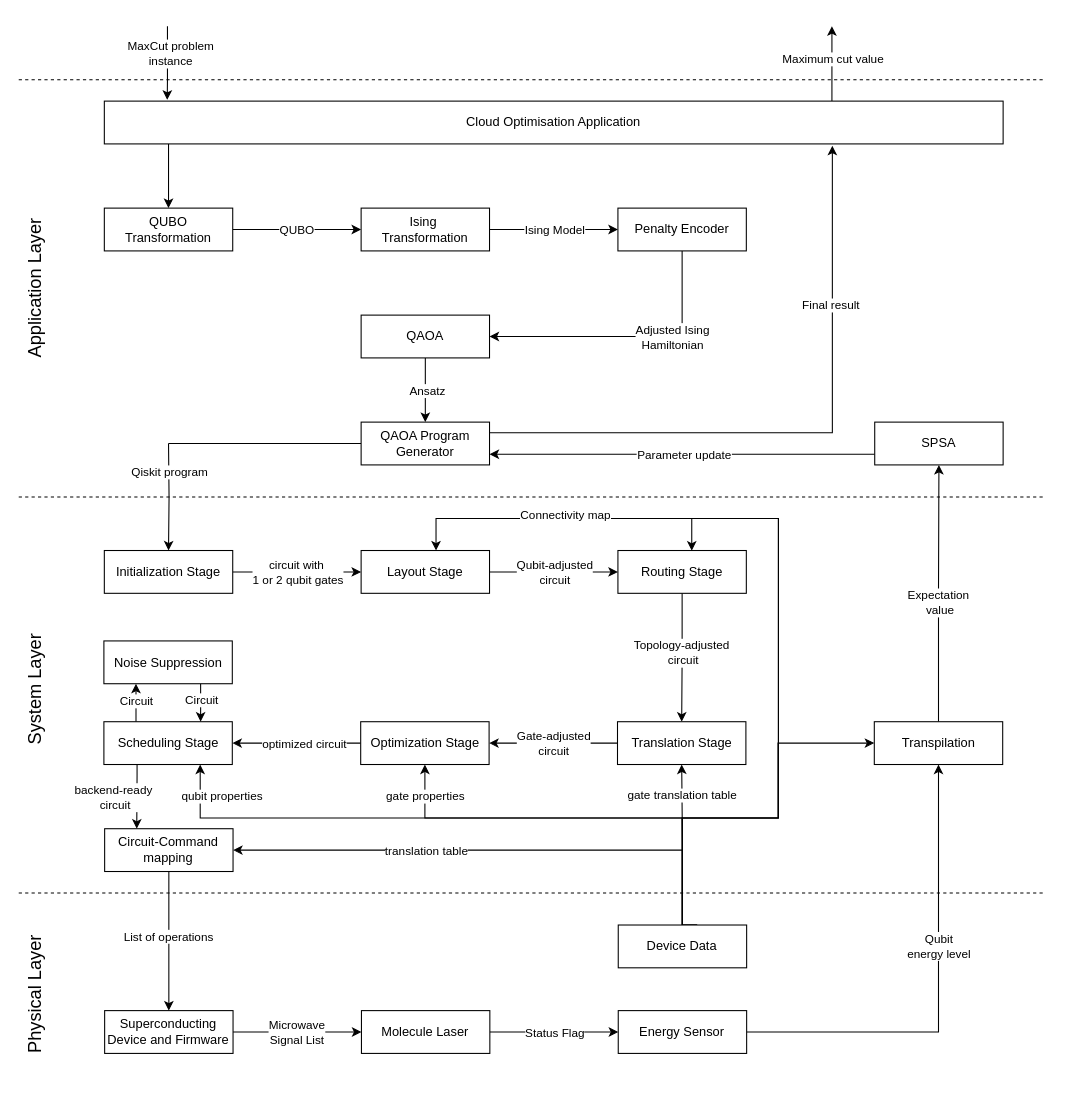
Above: page "scenario2" (2 of 4) of docs/scenario-based-analysis/images/scenarios.drawio in FullStaQD/architecture (draw.io), before the change. Source tidied: cells renumbered, new cells numbered last; positions are measured from the earlier drawing's top-left corner, leaving out a move shared by most shapes. Both pictures are drawn from the tidied source at 107%, with x=0, y=0 at pixel (-57, 26).
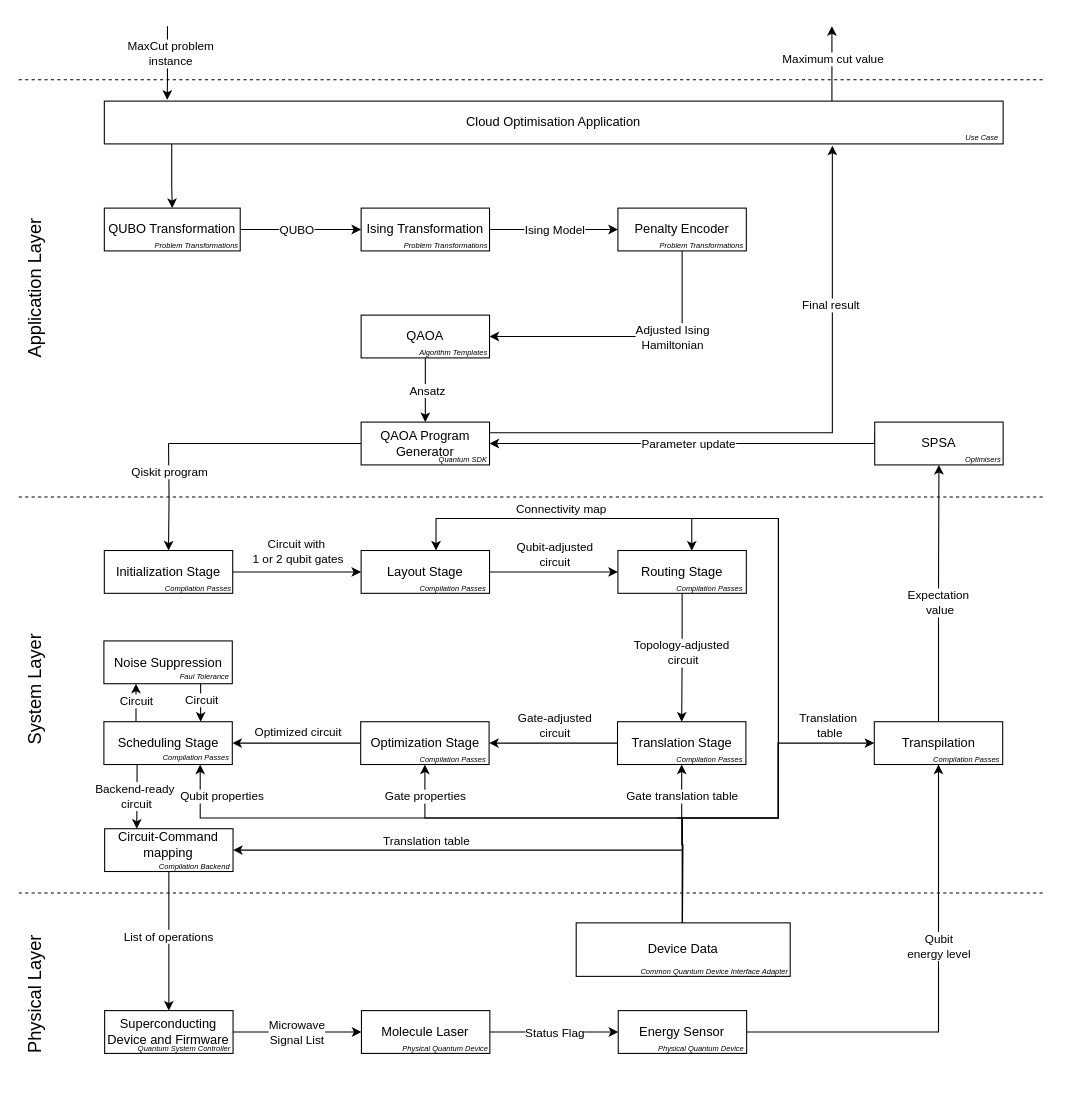
After the change.

The change refers to these unchanged cells:
```xml
<mxCell id="8" value="Cloud Optimisation Application" style="rounded=0;whiteSpace=wrap;html=1;" parent="1" vertex="1">
  <mxGeometry x="150" y="70" width="840" height="40" as="geometry" />
</mxCell>
<mxCell id="24" value="Routing Stage" style="rounded=0;whiteSpace=wrap;html=1;" parent="1" vertex="1">
  <mxGeometry x="630" y="490" width="120" height="40" as="geometry" />
</mxCell>
<mxCell id="25" style="edgeStyle=orthogonalEdgeStyle;rounded=0;jettySize=auto;html=1;entryX=0;entryY=0.5;entryDx=0;entryDy=0;" parent="1" edge="1" source="27" target="24">
  <mxGeometry relative="1" as="geometry" />
</mxCell>
<mxCell id="28" style="edgeStyle=orthogonalEdgeStyle;rounded=0;jettySize=auto;html=1;entryX=0;entryY=0.5;entryDx=0;entryDy=0;" parent="1" edge="1" source="30" target="27">
  <mxGeometry relative="1" as="geometry" />
</mxCell>
<mxCell id="31" style="edgeStyle=orthogonalEdgeStyle;rounded=0;jettySize=auto;html=1;entryX=1;entryY=0.5;entryDx=0;entryDy=0;" parent="1" edge="1" source="33" target="36">
  <mxGeometry relative="1" as="geometry" />
</mxCell>
<mxCell id="33" value="Translation Stage" style="rounded=0;whiteSpace=wrap;html=1;" parent="1" vertex="1">
  <mxGeometry x="629.6" y="650" width="120" height="40" as="geometry" />
</mxCell>
<mxCell id="34" style="edgeStyle=orthogonalEdgeStyle;rounded=0;jettySize=auto;html=1;entryX=1;entryY=0.5;entryDx=0;entryDy=0;" parent="1" edge="1" source="36" target="41">
  <mxGeometry relative="1" as="geometry" />
</mxCell>
<mxCell id="36" value="Optimization Stage" style="rounded=0;whiteSpace=wrap;html=1;" parent="1" vertex="1">
  <mxGeometry x="389.6" y="650" width="120" height="40" as="geometry" />
</mxCell>
<mxCell id="37" style="edgeStyle=orthogonalEdgeStyle;rounded=0;jettySize=auto;html=1;entryX=0.25;entryY=0;entryDx=0;entryDy=0;" parent="1" edge="1" source="41" target="81">
  <mxGeometry relative="1" as="geometry">
    <Array as="points">
      <mxPoint x="180.6" y="700" />
      <mxPoint x="180.6" y="700" />
    </Array>
  </mxGeometry>
</mxCell>
<mxCell id="41" value="Scheduling Stage" style="rounded=0;whiteSpace=wrap;html=1;" parent="1" vertex="1">
  <mxGeometry x="149.6" y="650" width="120" height="40" as="geometry" />
</mxCell>
<mxCell id="66" value="Transpilation" style="rounded=0;whiteSpace=wrap;html=1;" parent="1" vertex="1">
  <mxGeometry x="869.6" y="650" width="120" height="40" as="geometry" />
</mxCell>
<mxCell id="73" value="SPSA" style="rounded=0;whiteSpace=wrap;html=1;" parent="1" vertex="1">
  <mxGeometry x="870" y="370" width="120" height="40" as="geometry" />
</mxCell>
```

Diff of the diagram source:
```diff
@@
-    <mxCell id="2" style="edgeStyle=orthogonalEdgeStyle;rounded=0;jettySize=auto;html=1;entryX=0.5;entryY=0;entryDx=0;entryDy=0;" parent="1" edge="1" source="8" target="16">
+    <mxCell id="2" style="edgeStyle=orthogonalEdgeStyle;rounded=0;jettySize=auto;html=1;entryX=0.5;entryY=0;entryDx=0;entryDy=0;exitX=0.075;exitY=0.989;exitDx=0;exitDy=0;exitPerimeter=0;" parent="1" edge="1" source="8" target="16">
       <mxGeometry relative="1" as="geometry">
         <Array as="points">
-          <mxPoint x="210" y="150" />
-          <mxPoint x="210" y="150" />
+          <mxPoint x="213" y="150" />
+          <mxPoint x="213.5" y="150" />
         </Array>
       </mxGeometry>
     </mxCell>
@@
-    <mxCell id="15" value="Ising&amp;nbsp;&lt;div&gt;Transformation&lt;/div&gt;" style="rounded=0;whiteSpace=wrap;html=1;" parent="1" vertex="1">
+    <mxCell id="15" value="Ising&amp;nbsp;&lt;span style=&quot;background-color: transparent; color: light-dark(rgb(0, 0, 0), rgb(255, 255, 255));&quot;&gt;Transformation&lt;/span&gt;" style="rounded=0;whiteSpace=wrap;html=1;" parent="1" vertex="1">
       <mxGeometry x="390" y="170" width="120" height="40" as="geometry" />
     </mxCell>
     <mxCell id="16" value="QUBO Transformation" style="rounded=0;whiteSpace=wrap;html=1;" parent="1" vertex="1">
-      <mxGeometry x="150" y="170" width="120" height="40" as="geometry" />
+      <mxGeometry x="150" y="170" width="127" height="40" as="geometry" />
     </mxCell>
@@
     <mxCell id="26" value="Qubit-adjusted&lt;div&gt;circuit&lt;/div&gt;" style="edgeLabel;html=1;align=center;verticalAlign=middle;" parent="25" vertex="1">
       <mxGeometry x="-0.17" relative="1" as="geometry">
-        <mxPoint x="10" as="offset" />
+        <mxPoint x="10" y="-17" as="offset" />
       </mxGeometry>
     </mxCell>
@@
-    <mxCell id="29" value="circuit with&amp;nbsp;&lt;div&gt;1 or 2 qubit gates&lt;/div&gt;" style="edgeLabel;html=1;align=center;verticalAlign=middle;" parent="28" vertex="1">
+    <mxCell id="29" value="Circuit with&amp;nbsp;&lt;div&gt;1 or 2 qubit gates&lt;/div&gt;" style="edgeLabel;html=1;align=center;verticalAlign=middle;" parent="28" vertex="1">
       <mxGeometry x="0.11" y="-3" relative="1" as="geometry">
-        <mxPoint x="-7" y="-3" as="offset" />
+        <mxPoint x="-7" y="-23" as="offset" />
       </mxGeometry>
     </mxCell>
@@
     <mxCell id="32" value="Gate-adjusted&lt;div&gt;circuit&lt;/div&gt;" style="edgeLabel;html=1;align=center;verticalAlign=middle;" parent="31" vertex="1">
       <mxGeometry x="0.17" y="4" relative="1" as="geometry">
-        <mxPoint x="10" y="-4" as="offset" />
+        <mxPoint x="11" y="-21" as="offset" />
       </mxGeometry>
     </mxCell>
@@
-    <mxCell id="35" value="optimized circuit" style="edgeLabel;html=1;align=center;verticalAlign=middle;" parent="34" vertex="1">
+    <mxCell id="35" value="Optimized circuit" style="edgeLabel;html=1;align=center;verticalAlign=middle;" parent="34" vertex="1">
       <mxGeometry x="-0.11" y="1" relative="1" as="geometry">
-        <mxPoint y="-1" as="offset" />
+        <mxPoint x="-6" y="-12" as="offset" />
       </mxGeometry>
     </mxCell>
@@
-    <mxCell id="38" value="backend-ready&amp;nbsp;&lt;div&gt;circuit&lt;/div&gt;" style="edgeLabel;html=1;align=center;verticalAlign=middle;" parent="37" vertex="1">
+    <mxCell id="38" value="Backend-ready&amp;nbsp;&lt;div&gt;circuit&lt;/div&gt;" style="edgeLabel;html=1;align=center;verticalAlign=middle;" parent="37" vertex="1">
       <mxGeometry x="0.21" y="1" relative="1" as="geometry">
-        <mxPoint x="-22" y="-6" as="offset" />
+        <mxPoint x="-2" y="-7" as="offset" />
       </mxGeometry>
     </mxCell>
@@
-    <mxCell id="53" style="edgeStyle=orthogonalEdgeStyle;rounded=0;jettySize=auto;html=1;entryX=0.5;entryY=1;entryDx=0;entryDy=0;" parent="1" edge="1" source="63" target="36">
+    <mxCell id="53" style="edgeStyle=orthogonalEdgeStyle;rounded=0;jettySize=auto;html=1;entryX=0.5;entryY=1;entryDx=0;entryDy=0;" parent="1" edge="1" target="36">
       <mxGeometry relative="1" as="geometry">
+        <mxPoint x="690.3" y="840" as="sourcePoint" />
         <Array as="points">
           <mxPoint x="690.6" y="740" />
           <mxPoint x="449.6" y="740" />
         </Array>
       </mxGeometry>
     </mxCell>
-    <mxCell id="54" value="gate properties" style="edgeLabel;html=1;align=center;verticalAlign=middle;" parent="53" vertex="1">
+    <mxCell id="54" value="Gate properties" style="edgeLabel;html=1;align=center;verticalAlign=middle;" parent="53" vertex="1">
       <mxGeometry x="0.85" y="1" relative="1" as="geometry">
         <mxPoint x="1" as="offset" />
       </mxGeometry>
     </mxCell>
-    <mxCell id="55" style="edgeStyle=orthogonalEdgeStyle;rounded=0;jettySize=auto;html=1;entryX=0.5;entryY=0;entryDx=0;entryDy=0;exitX=0.615;exitY=-0.004;exitDx=0;exitDy=0;exitPerimeter=0;" parent="1" edge="1" source="63">
+    <mxCell id="55" style="edgeStyle=orthogonalEdgeStyle;rounded=0;orthogonalLoop=1;jettySize=auto;html=1;entryX=0.5;entryY=0;entryDx=0;entryDy=0;" parent="1" edge="1">
       <mxGeometry relative="1" as="geometry">
+        <mxPoint x="685.3" y="740" as="sourcePoint" />
         <mxPoint x="460" y="490" as="targetPoint" />
         <Array as="points">
-          <mxPoint x="690" y="840" />
           <mxPoint x="690" y="740" />
           <mxPoint x="780" y="740" />
           <mxPoint x="780" y="460" />
           <mxPoint x="460" y="460" />
         </Array>
       </mxGeometry>
     </mxCell>
-    <mxCell id="56" style="edgeStyle=orthogonalEdgeStyle;rounded=0;jettySize=auto;html=1;entryX=0;entryY=0.5;entryDx=0;entryDy=0;" parent="1" edge="1" source="63" target="66">
+    <mxCell id="56" style="edgeStyle=orthogonalEdgeStyle;rounded=0;jettySize=auto;html=1;entryX=0;entryY=0.5;entryDx=0;entryDy=0;" parent="1" edge="1" target="66">
       <mxGeometry relative="1" as="geometry">
+        <mxPoint x="690.3" y="840" as="sourcePoint" />
         <Array as="points">
           <mxPoint x="690.6" y="740" />
           <mxPoint x="779.6" y="740" />
           <mxPoint x="779.6" y="670" />
         </Array>
       </mxGeometry>
     </mxCell>
-    <mxCell id="57" style="edgeStyle=orthogonalEdgeStyle;rounded=0;jettySize=auto;html=1;" parent="1" edge="1" source="63" target="33">
-      <mxGeometry relative="1" as="geometry" />
+    <mxCell id="57" style="edgeStyle=orthogonalEdgeStyle;rounded=0;jettySize=auto;html=1;" parent="1" edge="1" target="33">
+      <mxGeometry relative="1" as="geometry">
+        <mxPoint x="690.3" y="840" as="sourcePoint" />
+      </mxGeometry>
     </mxCell>
-    <mxCell id="58" value="gate translation table" style="edgeLabel;html=1;align=center;verticalAlign=middle;" parent="57" vertex="1">
+    <mxCell id="58" value="Gate translation table" style="edgeLabel;html=1;align=center;verticalAlign=middle;" parent="57" vertex="1">
       <mxGeometry x="0.51" relative="1" as="geometry">
         <mxPoint y="-8" as="offset" />
       </mxGeometry>
     </mxCell>
-    <mxCell id="59" style="edgeStyle=orthogonalEdgeStyle;rounded=0;jettySize=auto;html=1;entryX=0.75;entryY=1;entryDx=0;entryDy=0;" parent="1" edge="1" source="63" target="41">
+    <mxCell id="59" style="edgeStyle=orthogonalEdgeStyle;rounded=0;jettySize=auto;html=1;entryX=0.75;entryY=1;entryDx=0;entryDy=0;" parent="1" edge="1" target="41">
       <mxGeometry relative="1" as="geometry">
+        <mxPoint x="690.3" y="840" as="sourcePoint" />
         <Array as="points">
           <mxPoint x="690.6" y="740" />
           <mxPoint x="239.6" y="740" />
         </Array>
       </mxGeometry>
     </mxCell>
-    <mxCell id="60" value="qubit properties" style="edgeLabel;html=1;align=center;verticalAlign=middle;" parent="59" vertex="1">
+    <mxCell id="60" value="Qubit properties" style="edgeLabel;html=1;align=center;verticalAlign=middle;" parent="59" vertex="1">
       <mxGeometry x="0.9" relative="1" as="geometry">
         <mxPoint x="20" as="offset" />
       </mxGeometry>
     </mxCell>
-    <mxCell id="61" style="edgeStyle=orthogonalEdgeStyle;rounded=0;jettySize=auto;html=1;entryX=1;entryY=0.5;entryDx=0;entryDy=0;" parent="1" edge="1" source="63" target="81">
+    <mxCell id="61" style="edgeStyle=orthogonalEdgeStyle;rounded=0;jettySize=auto;html=1;entryX=1;entryY=0.5;entryDx=0;entryDy=0;" parent="1" edge="1" target="81">
       <mxGeometry relative="1" as="geometry">
+        <mxPoint x="690.3" y="840" as="sourcePoint" />
         <Array as="points">
           <mxPoint x="690.6" y="770" />
         </Array>
       </mxGeometry>
     </mxCell>
-    <mxCell id="62" value="translation table" style="edgeLabel;html=1;align=center;verticalAlign=middle;" parent="61" vertex="1">
+    <mxCell id="62" value="Translation table" style="edgeLabel;html=1;align=center;verticalAlign=middle;" parent="61" vertex="1">
       <mxGeometry x="0.33" y="-2" relative="1" as="geometry">
-        <mxPoint x="16" y="2" as="offset" />
+        <mxPoint x="16" y="-7" as="offset" />
       </mxGeometry>
     </mxCell>
-    <mxCell id="63" value="Device Data" style="rounded=0;whiteSpace=wrap;html=1;" parent="1" vertex="1">
-      <mxGeometry x="630.3" y="840" width="120" height="40" as="geometry" />
-    </mxCell>
@@
-    <mxCell id="69" style="edgeStyle=orthogonalEdgeStyle;rounded=0;jettySize=auto;html=1;entryX=0.575;entryY=0.005;entryDx=0;entryDy=0;entryPerimeter=0;" parent="1" edge="1" source="63" target="24">
+    <mxCell id="69" style="edgeStyle=orthogonalEdgeStyle;rounded=0;jettySize=auto;html=1;entryX=0.575;entryY=0.005;entryDx=0;entryDy=0;entryPerimeter=0;" parent="1" edge="1" target="24">
       <mxGeometry relative="1" as="geometry">
+        <mxPoint x="690.3" y="840" as="sourcePoint" />
         <Array as="points">
           <mxPoint x="690" y="740" />
           <mxPoint x="780" y="740" />
           <mxPoint x="780" y="460" />
           <mxPoint x="699" y="460" />
         </Array>
       </mxGeometry>
     </mxCell>
     <mxCell id="70" value="Connectivity map" style="edgeLabel;html=1;align=center;verticalAlign=middle;" parent="69" vertex="1">
       <mxGeometry x="0.93" y="1" relative="1" as="geometry">
-        <mxPoint x="-120" y="-14" as="offset" />
+        <mxPoint x="-124" y="-20" as="offset" />
       </mxGeometry>
     </mxCell>
-    <mxCell id="71" style="edgeStyle=orthogonalEdgeStyle;rounded=0;jettySize=auto;html=1;" parent="1" edge="1" source="73">
+    <mxCell id="71" style="edgeStyle=orthogonalEdgeStyle;rounded=0;orthogonalLoop=1;jettySize=auto;html=1;exitX=0;exitY=0.5;exitDx=0;exitDy=0;" parent="1" edge="1">
       <mxGeometry relative="1" as="geometry">
-        <mxPoint x="510" y="400" as="targetPoint" />
+        <mxPoint x="870" y="380" as="sourcePoint" />
+        <mxPoint x="510" y="390" as="targetPoint" />
         <Array as="points">
-          <mxPoint x="510" y="400" />
+          <mxPoint x="870" y="390" />
         </Array>
       </mxGeometry>
     </mxCell>
@@
-    <mxCell id="81" value="Circuit-Command&lt;div&gt;mapping&lt;/div&gt;" style="rounded=0;whiteSpace=wrap;html=1;" parent="1" vertex="1">
+    <mxCell id="81" style="rounded=0;whiteSpace=wrap;html=1;align=center;" parent="1" vertex="1">
       <mxGeometry x="150.3" y="750" width="120" height="40" as="geometry" />
     </mxCell>
@@
+    <mxCell id="86" value="&lt;i&gt;&lt;font style=&quot;font-size: 7px;&quot;&gt;Use Case&lt;/font&gt;&lt;/i&gt;" style="text;html=1;whiteSpace=wrap;strokeColor=none;fillColor=none;align=center;verticalAlign=middle;rounded=0;fontSize=9;" parent="1" vertex="1">
+      <mxGeometry x="905" y="89" width="131" height="30" as="geometry" />
+    </mxCell>
+    <mxCell id="87" value="&lt;i&gt;&lt;font style=&quot;font-size: 7px;&quot;&gt;Problem Transformations&lt;/font&gt;&lt;/i&gt;" style="text;html=1;whiteSpace=wrap;strokeColor=none;fillColor=none;align=center;verticalAlign=middle;rounded=0;" parent="1" vertex="1">
+      <mxGeometry x="179" y="196" width="114.7" height="16" as="geometry" />
+    </mxCell>
+    <mxCell id="88" value="&lt;i&gt;&lt;font style=&quot;font-size: 7px;&quot;&gt;Problem Transformations&lt;/font&gt;&lt;/i&gt;" style="text;html=1;whiteSpace=wrap;strokeColor=none;fillColor=none;align=center;verticalAlign=middle;rounded=0;" parent="1" vertex="1">
+      <mxGeometry x="412" y="196" width="114.7" height="16" as="geometry" />
+    </mxCell>
+    <mxCell id="89" value="&lt;i&gt;&lt;font style=&quot;font-size: 7px;&quot;&gt;Problem Transformations&lt;/font&gt;&lt;/i&gt;" style="text;html=1;whiteSpace=wrap;strokeColor=none;fillColor=none;align=center;verticalAlign=middle;rounded=0;" parent="1" vertex="1">
+      <mxGeometry x="651" y="196" width="114.7" height="16" as="geometry" />
+    </mxCell>
+    <mxCell id="90" value="&lt;i&gt;&lt;font style=&quot;font-size: 7px;&quot;&gt;Algorithm Templates&lt;/font&gt;&lt;/i&gt;" style="text;html=1;whiteSpace=wrap;strokeColor=none;fillColor=none;align=center;verticalAlign=middle;rounded=0;" parent="1" vertex="1">
+      <mxGeometry x="419" y="296" width="114.7" height="16" as="geometry" />
+    </mxCell>
+    <mxCell id="91" value="&lt;i&gt;&lt;font style=&quot;font-size: 7px;&quot;&gt;Quantum SDK&lt;/font&gt;&lt;/i&gt;" style="text;html=1;whiteSpace=wrap;strokeColor=none;fillColor=none;align=center;verticalAlign=middle;rounded=0;" parent="1" vertex="1">
+      <mxGeometry x="428" y="396" width="114.7" height="16" as="geometry" />
+    </mxCell>
+    <mxCell id="92" value="&lt;i&gt;&lt;font style=&quot;font-size: 7px;&quot;&gt;Optimisers&lt;/font&gt;&lt;/i&gt;" style="text;html=1;whiteSpace=wrap;strokeColor=none;fillColor=none;align=center;verticalAlign=middle;rounded=0;" parent="1" vertex="1">
+      <mxGeometry x="914.1" y="396" width="114.7" height="16" as="geometry" />
+    </mxCell>
+    <mxCell id="93" value="&lt;font style=&quot;font-size: 7px;&quot;&gt;&lt;i&gt;Compilation Passes&lt;/i&gt;&lt;/font&gt;" style="text;html=1;whiteSpace=wrap;strokeColor=none;fillColor=none;align=center;verticalAlign=middle;rounded=0;" parent="1" vertex="1">
+      <mxGeometry x="204" y="509" width="68" height="30" as="geometry" />
+    </mxCell>
+    <mxCell id="94" value="&lt;font style=&quot;font-size: 7px;&quot;&gt;&lt;i&gt;Compilation Passes&lt;/i&gt;&lt;/font&gt;" style="text;html=1;whiteSpace=wrap;strokeColor=none;fillColor=none;align=center;verticalAlign=middle;rounded=0;" parent="1" vertex="1">
+      <mxGeometry x="442.3" y="509" width="68" height="30" as="geometry" />
+    </mxCell>
+    <mxCell id="95" value="&lt;font style=&quot;font-size: 7px;&quot;&gt;&lt;i&gt;Compilation Passes&lt;/i&gt;&lt;/font&gt;" style="text;html=1;whiteSpace=wrap;strokeColor=none;fillColor=none;align=center;verticalAlign=middle;rounded=0;" parent="1" vertex="1">
+      <mxGeometry x="682.3" y="509" width="68" height="30" as="geometry" />
+    </mxCell>
+    <mxCell id="96" value="&lt;font style=&quot;font-size: 7px;&quot;&gt;&lt;i&gt;Compilation Passes&lt;/i&gt;&lt;/font&gt;" style="text;html=1;whiteSpace=wrap;strokeColor=none;fillColor=none;align=center;verticalAlign=middle;rounded=0;" parent="1" vertex="1">
+      <mxGeometry x="681.6" y="669" width="68" height="30" as="geometry" />
+    </mxCell>
+    <mxCell id="97" value="&lt;font style=&quot;font-size: 7px;&quot;&gt;&lt;i&gt;Compilation Passes&lt;/i&gt;&lt;/font&gt;" style="text;html=1;whiteSpace=wrap;strokeColor=none;fillColor=none;align=center;verticalAlign=middle;rounded=0;" parent="1" vertex="1">
+      <mxGeometry x="441.6" y="669" width="68" height="30" as="geometry" />
+    </mxCell>
+    <mxCell id="98" value="&lt;font style=&quot;font-size: 7px;&quot;&gt;&lt;i&gt;Compilation Passes&lt;/i&gt;&lt;/font&gt;" style="text;html=1;whiteSpace=wrap;strokeColor=none;fillColor=none;align=center;verticalAlign=middle;rounded=0;" parent="1" vertex="1">
+      <mxGeometry x="201.6" y="667" width="68" height="30" as="geometry" />
+    </mxCell>
+    <mxCell id="99" value="&lt;font style=&quot;font-size: 7px;&quot;&gt;&lt;i&gt;Faul Tolerance&lt;/i&gt;&lt;/font&gt;" style="text;html=1;whiteSpace=wrap;strokeColor=none;fillColor=none;align=center;verticalAlign=middle;rounded=0;" parent="1" vertex="1">
+      <mxGeometry x="210" y="592" width="68" height="30" as="geometry" />
+    </mxCell>
+    <mxCell id="100" value="&lt;font style=&quot;font-size: 7px;&quot;&gt;&lt;i&gt;Compilation Backend&lt;/i&gt;&lt;/font&gt;" style="text;html=1;whiteSpace=wrap;strokeColor=none;fillColor=none;align=center;verticalAlign=middle;rounded=0;" parent="1" vertex="1">
+      <mxGeometry x="182" y="769" width="105" height="30" as="geometry" />
+    </mxCell>
+    <mxCell id="101" value="&lt;font style=&quot;font-size: 7px;&quot;&gt;&lt;i&gt;Quantum System Controller&lt;/i&gt;&lt;/font&gt;" style="text;html=1;whiteSpace=wrap;strokeColor=none;fillColor=none;align=center;verticalAlign=middle;rounded=0;" parent="1" vertex="1">
+      <mxGeometry x="163" y="939" width="124" height="30" as="geometry" />
+    </mxCell>
+    <mxCell id="102" value="&lt;i style=&quot;font-size: 7px;&quot;&gt;Physical Quantum Device&lt;/i&gt;" style="text;html=1;whiteSpace=wrap;strokeColor=none;fillColor=none;align=center;verticalAlign=middle;rounded=0;" parent="1" vertex="1">
+      <mxGeometry x="407.4" y="939" width="124" height="30" as="geometry" />
+    </mxCell>
+    <mxCell id="103" value="&lt;i style=&quot;font-size: 7px;&quot;&gt;Physical Quantum Device&lt;/i&gt;" style="text;html=1;whiteSpace=wrap;strokeColor=none;fillColor=none;align=center;verticalAlign=middle;rounded=0;" parent="1" vertex="1">
+      <mxGeometry x="646.4" y="939" width="124" height="30" as="geometry" />
+    </mxCell>
+    <mxCell id="104" value="&lt;font style=&quot;font-size: 7px;&quot;&gt;&lt;i&gt;Compilation Passes&lt;/i&gt;&lt;/font&gt;" style="text;html=1;whiteSpace=wrap;strokeColor=none;fillColor=none;align=center;verticalAlign=middle;rounded=0;" parent="1" vertex="1">
+      <mxGeometry x="922" y="669" width="68" height="30" as="geometry" />
+    </mxCell>
+    <mxCell id="105" value="&lt;font&gt;Circuit-Command&lt;/font&gt;&lt;div&gt;&lt;font&gt;mapping&lt;/font&gt;&lt;/div&gt;" style="text;html=1;whiteSpace=wrap;strokeColor=none;fillColor=none;align=center;verticalAlign=middle;rounded=0;" parent="1" vertex="1">
+      <mxGeometry x="154.3" y="750" width="112" height="30" as="geometry" />
+    </mxCell>
+    <mxCell id="106" value="Translation&amp;nbsp;&lt;div&gt;table&lt;/div&gt;" style="edgeLabel;html=1;align=center;verticalAlign=middle;" parent="1" vertex="1">
+      <mxGeometry x="827" y="653" as="geometry" />
+    </mxCell>
+    <mxCell id="63" value="Device Data" style="rounded=0;whiteSpace=wrap;html=1;" parent="1" vertex="1">
+      <mxGeometry x="591" y="838" width="200" height="50" as="geometry" />
+    </mxCell>
+    <mxCell id="107" value="&lt;font style=&quot;font-size: 7px;&quot;&gt;&lt;i&gt;Common Quantum Device Interface Adapter&lt;/i&gt;&lt;/font&gt;" style="text;html=1;whiteSpace=wrap;strokeColor=none;fillColor=none;align=center;verticalAlign=middle;rounded=0;" parent="1" vertex="1">
+      <mxGeometry x="639.6" y="867" width="161" height="30" as="geometry" />
+    </mxCell>
```
